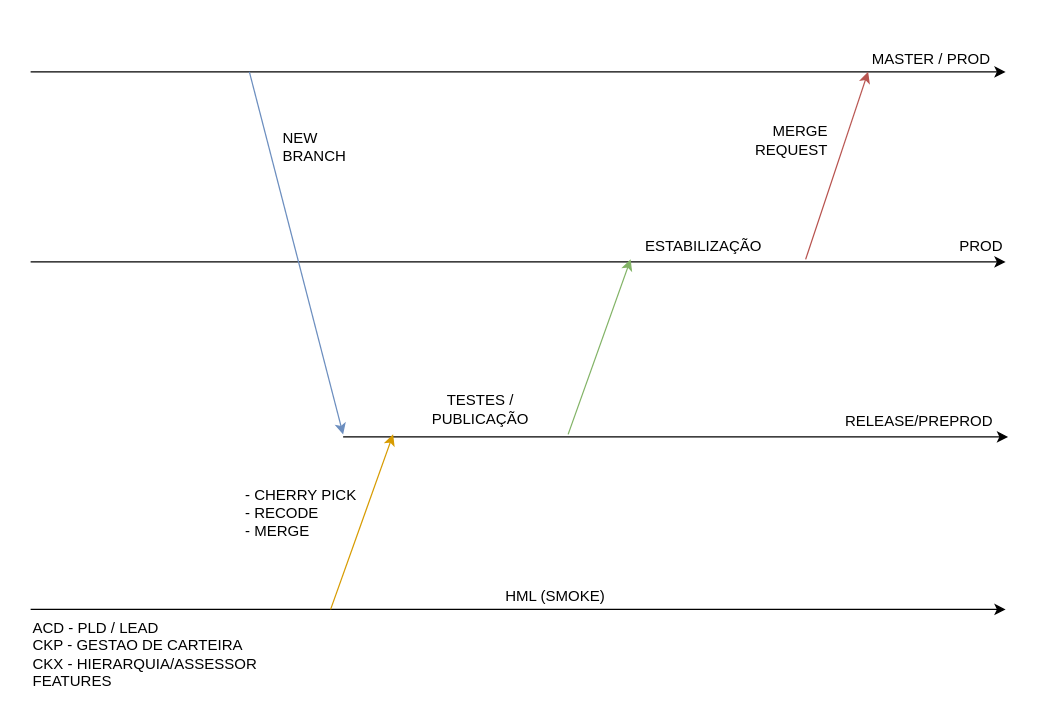
The draw.io diagram page "FLUXO A" (1 of 2) of Untitled Diagram.drawio in jason-pires/devops, before the edit. Source tidied: cells renumbered, new cells numbered last; positions are measured from the earlier drawing's top-left corner, leaving out a move shared by most shapes. Both pictures are drawn from the tidied source at 125%, with x=0, y=0 at pixel (30, 46).
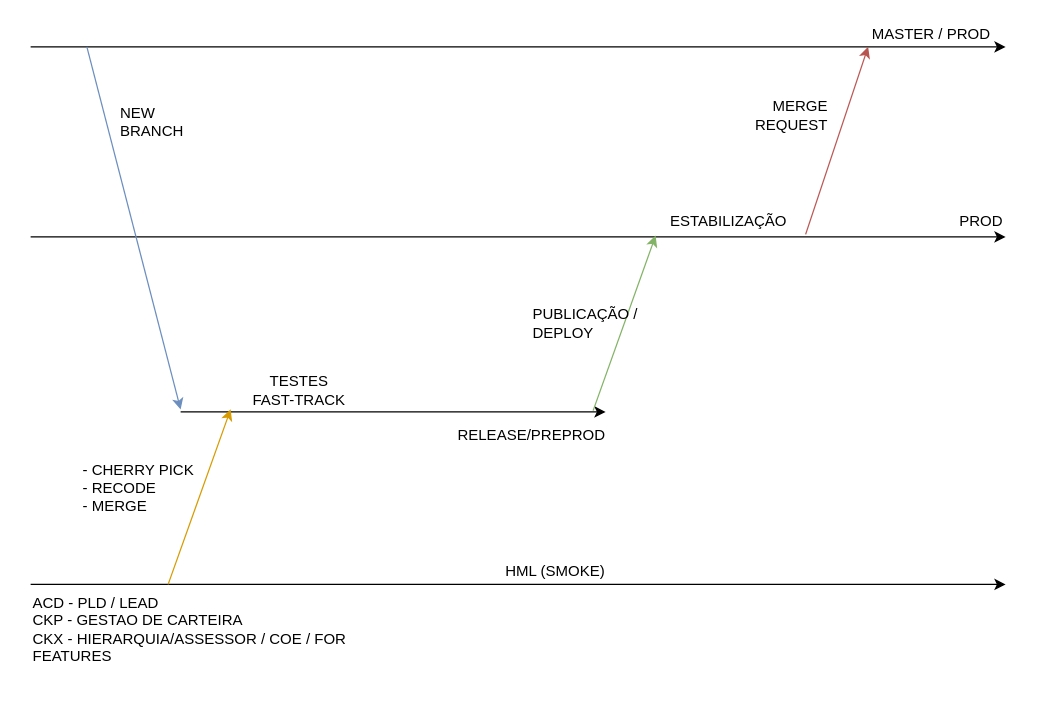
After the change.

Diff of the diagram source:
```diff
@@
     <mxCell id="2" style="endArrow=classic;html=1;" parent="1" edge="1">
       <mxGeometry relative="1" as="geometry">
-        <mxPoint y="20" as="sourcePoint" />
-        <mxPoint x="780" y="20" as="targetPoint" />
+        <mxPoint as="sourcePoint" />
+        <mxPoint x="780" as="targetPoint" />
       </mxGeometry>
     </mxCell>
     <mxCell id="3" style="endArrow=classic;html=1;" parent="1" edge="1">
       <mxGeometry relative="1" as="geometry">
-        <mxPoint y="172" as="sourcePoint" />
-        <mxPoint x="780" y="172" as="targetPoint" />
+        <mxPoint y="152" as="sourcePoint" />
+        <mxPoint x="780" y="152" as="targetPoint" />
       </mxGeometry>
     </mxCell>
     <mxCell id="4" style="endArrow=classic;html=1;" parent="1" edge="1">
       <mxGeometry relative="1" as="geometry">
-        <mxPoint y="450" as="sourcePoint" />
-        <mxPoint x="780" y="450" as="targetPoint" />
+        <mxPoint y="430" as="sourcePoint" />
+        <mxPoint x="780" y="430" as="targetPoint" />
       </mxGeometry>
     </mxCell>
     <mxCell id="5" value="PROD" style="text;html=1;strokeColor=none;fillColor=none;align=right;verticalAlign=middle;whiteSpace=wrap;rounded=0;" parent="1" vertex="1">
-      <mxGeometry x="710" y="150" width="70" height="20" as="geometry" />
+      <mxGeometry x="710" y="130" width="70" height="20" as="geometry" />
     </mxCell>
     <mxCell id="6" value="HML (SMOKE)" style="text;html=1;strokeColor=none;fillColor=none;align=center;verticalAlign=middle;whiteSpace=wrap;rounded=0;" parent="1" vertex="1">
-      <mxGeometry x="370" y="430" width="100" height="20" as="geometry" />
+      <mxGeometry x="370" y="410" width="100" height="20" as="geometry" />
     </mxCell>
     <mxCell id="7" value="MASTER / PROD" style="text;html=1;strokeColor=none;fillColor=none;align=right;verticalAlign=middle;whiteSpace=wrap;rounded=0;" parent="1" vertex="1">
-      <mxGeometry x="634" width="136" height="20" as="geometry" />
+      <mxGeometry x="634" y="-20" width="136" height="20" as="geometry" />
     </mxCell>
-    <mxCell id="8" value="ACD - PLD / LEAD&lt;br&gt;CKP - GESTAO DE CARTEIRA&lt;br&gt;CKX - HIERARQUIA/ASSESSOR&lt;br&gt;FEATURES" style="text;html=1;strokeColor=none;fillColor=none;align=left;verticalAlign=top;whiteSpace=wrap;rounded=0;" parent="1" vertex="1">
-      <mxGeometry y="451" width="200" height="70" as="geometry" />
+    <mxCell id="8" value="ACD - PLD / LEAD&lt;br&gt;CKP - GESTAO DE CARTEIRA&lt;br&gt;CKX - HIERARQUIA/ASSESSOR / COE / FOR&lt;br&gt;FEATURES" style="text;html=1;strokeColor=none;fillColor=none;align=left;verticalAlign=top;whiteSpace=wrap;rounded=0;" parent="1" vertex="1">
+      <mxGeometry y="431" width="290" height="70" as="geometry" />
     </mxCell>
     <mxCell id="9" value="RELEASE/PREPROD" style="text;html=1;strokeColor=none;fillColor=none;align=right;verticalAlign=middle;whiteSpace=wrap;rounded=0;" parent="1" vertex="1">
-      <mxGeometry x="620" y="290" width="152" height="20" as="geometry" />
+      <mxGeometry x="310" y="296" width="152" height="30" as="geometry" />
     </mxCell>
     <mxCell id="10" style="endArrow=classic;html=1;" parent="1" edge="1">
       <mxGeometry relative="1" as="geometry">
-        <mxPoint x="250" y="312" as="sourcePoint" />
-        <mxPoint x="782" y="312" as="targetPoint" />
+        <mxPoint x="120" y="292" as="sourcePoint" />
+        <mxPoint x="460" y="292" as="targetPoint" />
       </mxGeometry>
     </mxCell>
     <mxCell id="11" style="endArrow=classic;html=1;fillColor=#dae8fc;strokeColor=#6c8ebf;" parent="1" edge="1">
       <mxGeometry relative="1" as="geometry">
-        <mxPoint x="175" y="20" as="sourcePoint" />
-        <mxPoint x="250" y="310" as="targetPoint" />
+        <mxPoint x="45" as="sourcePoint" />
+        <mxPoint x="120" y="290" as="targetPoint" />
       </mxGeometry>
     </mxCell>
     <mxCell id="12" style="endArrow=classic;html=1;fillColor=#ffe6cc;strokeColor=#d79b00;" parent="1" edge="1">
       <mxGeometry relative="1" as="geometry">
-        <mxPoint x="240" y="450" as="sourcePoint" />
-        <mxPoint x="290" y="310" as="targetPoint" />
+        <mxPoint x="110" y="430" as="sourcePoint" />
+        <mxPoint x="160" y="290" as="targetPoint" />
       </mxGeometry>
     </mxCell>
     <mxCell id="13" style="endArrow=classic;html=1;fillColor=#d5e8d4;strokeColor=#82b366;" parent="1" edge="1">
       <mxGeometry relative="1" as="geometry">
-        <mxPoint x="430" y="310" as="sourcePoint" />
-        <mxPoint x="480" y="170" as="targetPoint" />
+        <mxPoint x="450" y="291" as="sourcePoint" />
+        <mxPoint x="500" y="151" as="targetPoint" />
       </mxGeometry>
     </mxCell>
     <mxCell id="14" style="endArrow=classic;html=1;fillColor=#f8cecc;strokeColor=#b85450;" parent="1" edge="1">
       <mxGeometry relative="1" as="geometry">
-        <mxPoint x="620" y="170" as="sourcePoint" />
-        <mxPoint x="670" y="20" as="targetPoint" />
+        <mxPoint x="620" y="150" as="sourcePoint" />
+        <mxPoint x="670" as="targetPoint" />
       </mxGeometry>
     </mxCell>
     <mxCell id="15" value="ESTABILIZAÇÃO" style="text;html=1;strokeColor=none;fillColor=none;align=left;verticalAlign=middle;whiteSpace=wrap;rounded=0;" parent="1" vertex="1">
-      <mxGeometry x="490" y="150" width="120" height="20" as="geometry" />
+      <mxGeometry x="510" y="130" width="100" height="20" as="geometry" />
     </mxCell>
     <mxCell id="16" value="NEW BRANCH" style="text;html=1;strokeColor=none;fillColor=none;align=left;verticalAlign=middle;whiteSpace=wrap;rounded=0;" parent="1" vertex="1">
-      <mxGeometry x="200" y="60" width="70" height="40" as="geometry" />
+      <mxGeometry x="70" y="40" width="70" height="40" as="geometry" />
     </mxCell>
     <mxCell id="17" value="- CHERRY PICK&lt;br&gt;- RECODE&lt;br&gt;- MERGE" style="text;html=1;strokeColor=none;fillColor=none;align=left;verticalAlign=middle;whiteSpace=wrap;rounded=0;" parent="1" vertex="1">
-      <mxGeometry x="170" y="346" width="100" height="54" as="geometry" />
+      <mxGeometry x="40" y="326" width="100" height="54" as="geometry" />
     </mxCell>
-    <mxCell id="18" value="TESTES / PUBLICAÇÃO" style="text;html=1;strokeColor=none;fillColor=none;align=center;verticalAlign=middle;whiteSpace=wrap;rounded=0;" parent="1" vertex="1">
-      <mxGeometry x="300" y="270" width="120" height="40" as="geometry" />
+    <mxCell id="18" value="TESTES&lt;br&gt;FAST-TRACK" style="text;html=1;strokeColor=none;fillColor=none;align=center;verticalAlign=middle;whiteSpace=wrap;rounded=0;" parent="1" vertex="1">
+      <mxGeometry x="160" y="260" width="110" height="30" as="geometry" />
     </mxCell>
     <mxCell id="19" value="MERGE&lt;br&gt;REQUEST" style="text;html=1;strokeColor=none;fillColor=none;align=right;verticalAlign=middle;whiteSpace=wrap;rounded=0;" parent="1" vertex="1">
-      <mxGeometry x="570" y="60" width="70" height="30" as="geometry" />
+      <mxGeometry x="570" y="40" width="70" height="30" as="geometry" />
     </mxCell>
+    <mxCell id="20" value="PUBLICAÇÃO / DEPLOY" style="text;html=1;strokeColor=none;fillColor=none;align=left;verticalAlign=middle;whiteSpace=wrap;rounded=0;" parent="1" vertex="1">
+      <mxGeometry x="400" y="199" width="100" height="44" as="geometry" />
+    </mxCell>
```
